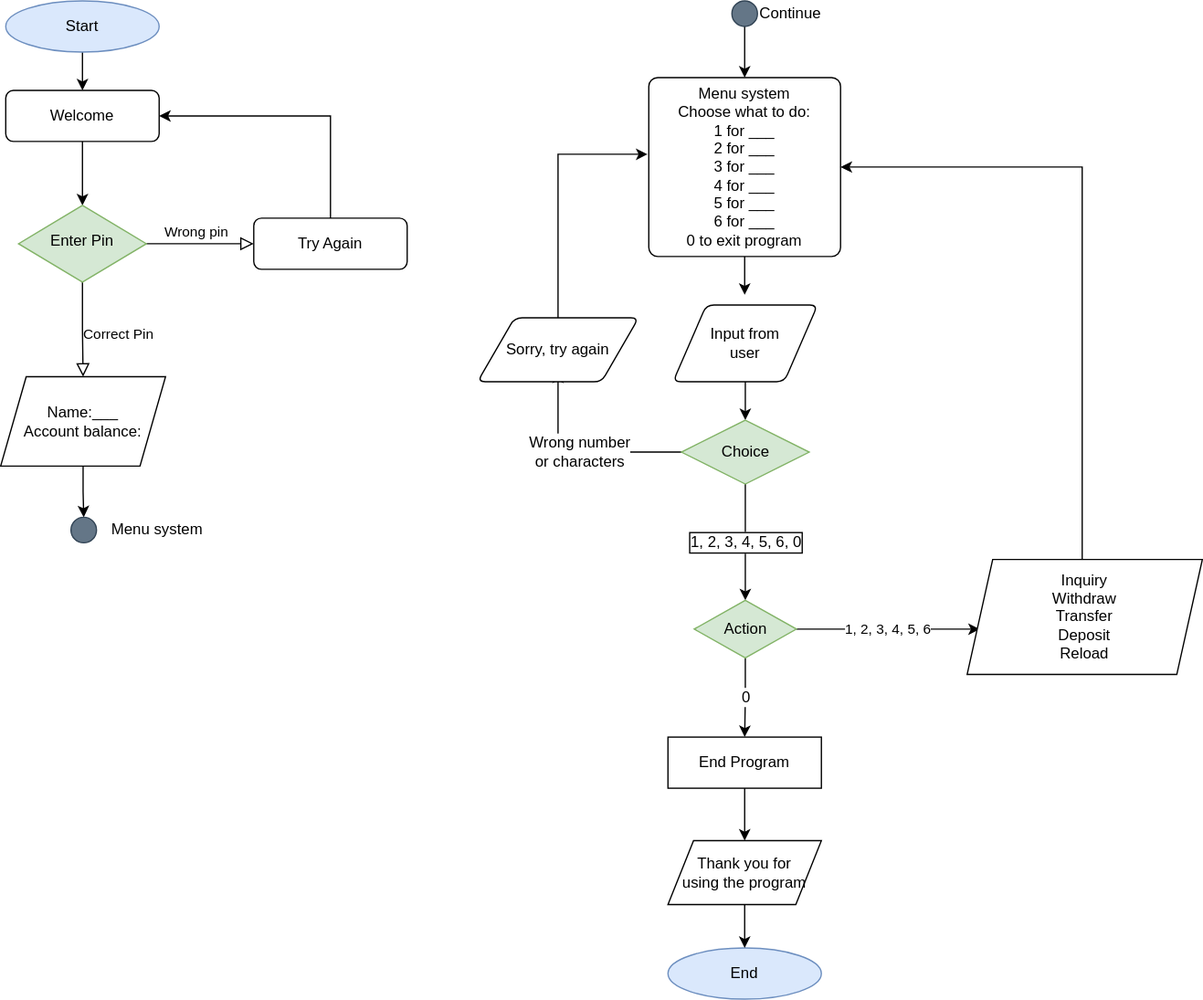
Before: flowchart diagrams/login system.svg, a diagram exported from draw.io (bropenguin847/ATM_CPP). Source tidied: cells renumbered, new cells last; positions are measured from the earlier drawing's top-left corner, leaving out a move shared by most shapes.
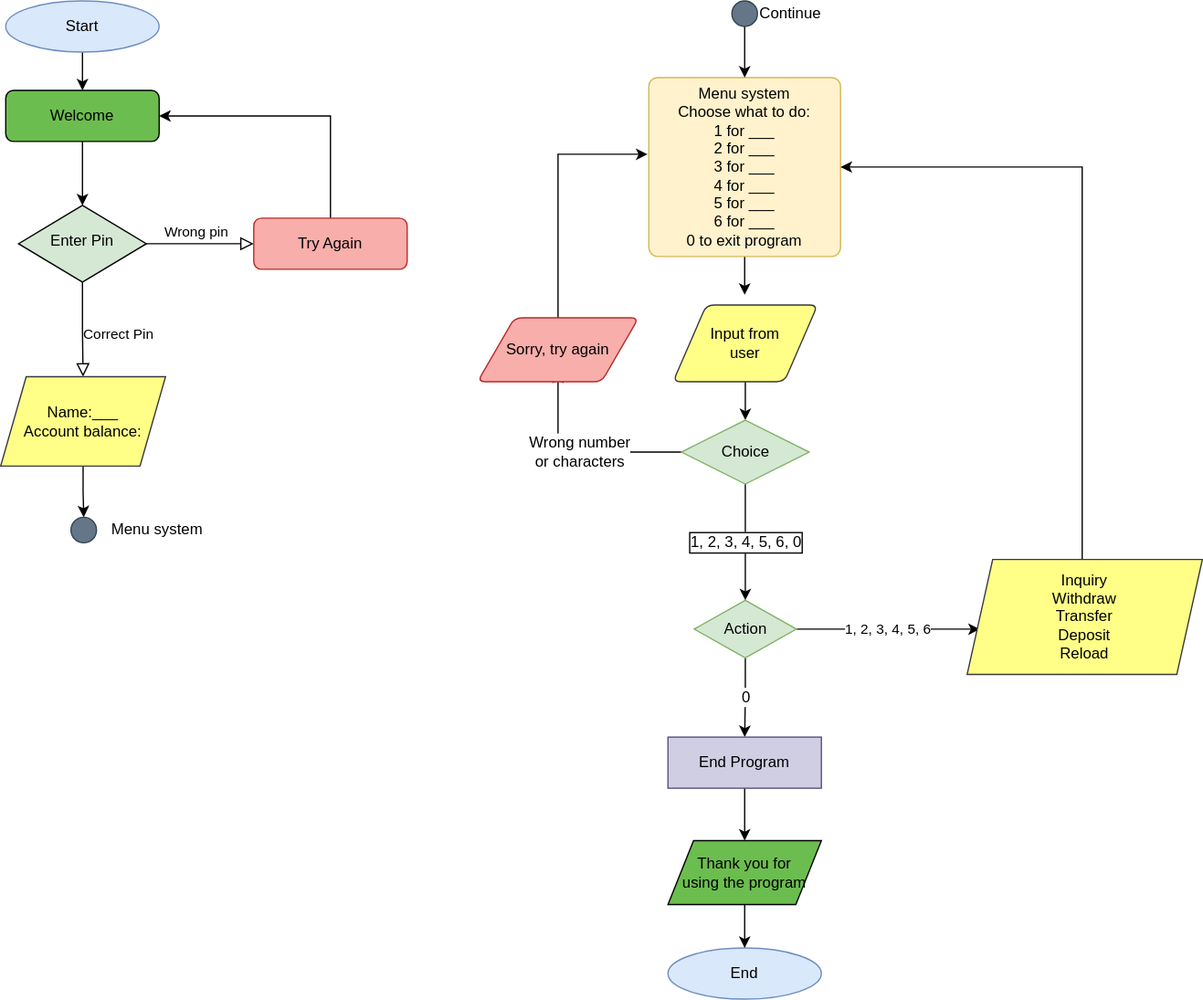
Above is the later version.

What changed in the source:
```diff
@@ -5,7 +5,7 @@
     <mxCell id="2" style="edgeStyle=orthogonalEdgeStyle;rounded=0;jettySize=auto;html=1;exitX=0.5;exitY=1;exitDx=0;exitDy=0;entryX=0.5;entryY=0;entryDx=0;entryDy=0;" parent="1" edge="1" source="3" target="6">
       <mxGeometry relative="1" as="geometry" />
     </mxCell>
-    <mxCell id="3" value="Welcome" style="rounded=1;whiteSpace=wrap;html=1;fontSize=12;glass=0;strokeWidth=1;shadow=0;" parent="1" vertex="1">
+    <mxCell id="3" value="Welcome" style="rounded=1;whiteSpace=wrap;html=1;fontSize=12;glass=0;strokeWidth=1;shadow=0;fillColor=#6CBD4F;" parent="1" vertex="1">
       <mxGeometry x="4" y="70" width="120" height="40" as="geometry" />
     </mxCell>
     <mxCell id="4" value="Correct Pin" style="rounded=0;html=1;jettySize=auto;fontSize=11;endArrow=block;endFill=0;endSize=8;strokeWidth=1;shadow=0;labelBackgroundColor=none;edgeStyle=orthogonalEdgeStyle;labelPosition=right;verticalLabelPosition=middle;align=left;verticalAlign=middle;entryX=0.5;entryY=0;entryDx=0;entryDy=0;" parent="1" edge="1" source="6" target="13">
@@ -14,7 +14,7 @@
     <mxCell id="5" value="Wrong pin" style="edgeStyle=orthogonalEdgeStyle;rounded=0;html=1;jettySize=auto;fontSize=11;endArrow=block;endFill=0;endSize=8;strokeWidth=1;shadow=0;labelBackgroundColor=none;labelPosition=center;verticalLabelPosition=top;align=center;verticalAlign=bottom;" parent="1" edge="1" source="6" target="8">
       <mxGeometry x="-0.07" relative="1" as="geometry" />
     </mxCell>
-    <mxCell id="6" value="Enter Pin" style="rhombus;whiteSpace=wrap;html=1;shadow=0;fontFamily=Helvetica;fontSize=12;align=center;strokeWidth=1;spacing=6;spacingTop=-4;fillColor=#d5e8d4;strokeColor=#82b366;" parent="1" vertex="1">
+    <mxCell id="6" value="Enter Pin" style="rhombus;whiteSpace=wrap;html=1;shadow=0;fontFamily=Helvetica;fontSize=12;align=center;strokeWidth=1;spacing=6;spacingTop=-4;fillColor=#d5e8d4;strokeColor=#000000;" parent="1" vertex="1">
       <mxGeometry x="14" y="160" width="100" height="60" as="geometry" />
     </mxCell>
     <mxCell id="7" style="edgeStyle=orthogonalEdgeStyle;rounded=0;jettySize=auto;html=1;entryX=1;entryY=0.5;entryDx=0;entryDy=0;" parent="1" edge="1" source="8" target="3">
@@ -24,7 +24,7 @@
         </Array>
       </mxGeometry>
     </mxCell>
-    <mxCell id="8" value="Try Again" style="rounded=1;whiteSpace=wrap;html=1;fontSize=12;glass=0;strokeWidth=1;shadow=0;" parent="1" vertex="1">
+    <mxCell id="8" value="Try Again" style="rounded=1;whiteSpace=wrap;html=1;fontSize=12;glass=0;strokeWidth=1;shadow=0;fillColor=#F8AEAB;strokeColor=#B82A2A;" parent="1" vertex="1">
       <mxGeometry x="198" y="170" width="120" height="40" as="geometry" />
     </mxCell>
     <mxCell id="9" style="edgeStyle=orthogonalEdgeStyle;rounded=0;jettySize=auto;html=1;entryX=0.5;entryY=0;entryDx=0;entryDy=0;" parent="1" edge="1" source="10" target="3">
@@ -39,7 +39,7 @@
     <mxCell id="12" style="edgeStyle=orthogonalEdgeStyle;rounded=0;jettySize=auto;html=1;" parent="1" edge="1" source="13" target="16">
       <mxGeometry relative="1" as="geometry" />
     </mxCell>
-    <mxCell id="13" value="Name:___&lt;br&gt;Account balance:" style="shape=parallelogram;perimeter=parallelogramPerimeter;whiteSpace=wrap;html=1;fixedSize=1;" parent="1" vertex="1">
+    <mxCell id="13" value="Name:___&lt;br&gt;Account balance:" style="shape=parallelogram;perimeter=parallelogramPerimeter;whiteSpace=wrap;html=1;fixedSize=1;fillColor=#ffff88;strokeColor=#36393d;" parent="1" vertex="1">
       <mxGeometry y="294" width="129" height="70" as="geometry" />
     </mxCell>
     <mxCell id="14" style="edgeStyle=orthogonalEdgeStyle;rounded=0;jettySize=auto;html=1;" parent="1" edge="1" source="15">
@@ -47,7 +47,7 @@
         <mxPoint x="582" y="230" as="targetPoint" />
       </mxGeometry>
     </mxCell>
-    <mxCell id="15" value="Menu system&lt;br&gt;Choose what to do:&lt;br&gt;1 for ___&lt;br&gt;2 for ___&lt;br&gt;3 for ___&lt;br&gt;4 for ___&lt;br&gt;5 for ___&lt;br&gt;6 for ___&lt;br&gt;0 to exit program" style="rounded=1;whiteSpace=wrap;html=1;absoluteArcSize=1;arcSize=14;strokeWidth=1;" parent="1" vertex="1">
+    <mxCell id="15" value="Menu system&lt;br&gt;Choose what to do:&lt;br&gt;1 for ___&lt;br&gt;2 for ___&lt;br&gt;3 for ___&lt;br&gt;4 for ___&lt;br&gt;5 for ___&lt;br&gt;6 for ___&lt;br&gt;0 to exit program" style="rounded=1;whiteSpace=wrap;html=1;absoluteArcSize=1;arcSize=14;strokeWidth=1;fillColor=#fff2cc;strokeColor=#d6b656;" parent="1" vertex="1">
       <mxGeometry x="507" y="60" width="150" height="140" as="geometry" />
     </mxCell>
     <mxCell id="16" value="&lt;div style=&quot;&quot;&gt;&lt;span style=&quot;background-color: initial;&quot;&gt;M&lt;font color=&quot;#000000&quot;&gt;Menu system&lt;/font&gt;&lt;/span&gt;&lt;/div&gt;" style="verticalLabelPosition=middle;verticalAlign=middle;html=1;shape=mxgraph.flowchart.on-page_reference;align=left;labelPosition=right;fillColor=#647687;fontColor=#ffffff;strokeColor=#314354;" parent="1" vertex="1">
@@ -62,7 +62,7 @@
     <mxCell id="19" style="edgeStyle=orthogonalEdgeStyle;rounded=0;jettySize=auto;html=1;fontFamily=Helvetica;fontSize=12;fontColor=default;" parent="1" edge="1" source="20" target="23">
       <mxGeometry relative="1" as="geometry" />
     </mxCell>
-    <mxCell id="20" value="Input from&lt;br&gt;user" style="shape=parallelogram;html=1;strokeWidth=1;perimeter=parallelogramPerimeter;whiteSpace=wrap;rounded=1;arcSize=12;size=0.23;" parent="1" vertex="1">
+    <mxCell id="20" value="Input from&lt;br&gt;user" style="shape=parallelogram;html=1;strokeWidth=1;perimeter=parallelogramPerimeter;whiteSpace=wrap;rounded=1;arcSize=12;size=0.23;fillColor=#ffff88;strokeColor=#36393d;" parent="1" vertex="1">
       <mxGeometry x="526" y="238" width="113" height="60" as="geometry" />
     </mxCell>
     <mxCell id="21" value="Wrong number&lt;br&gt;or characters" style="edgeStyle=orthogonalEdgeStyle;rounded=0;jettySize=auto;html=1;fontFamily=Helvetica;fontSize=12;fontColor=default;" parent="1" edge="1" source="23">
@@ -84,7 +84,7 @@
         </Array>
       </mxGeometry>
     </mxCell>
-    <mxCell id="25" value="Sorry, try again" style="shape=parallelogram;html=1;strokeWidth=1;perimeter=parallelogramPerimeter;whiteSpace=wrap;rounded=1;arcSize=12;size=0.23;" parent="1" vertex="1">
+    <mxCell id="25" value="Sorry, try again" style="shape=parallelogram;html=1;strokeWidth=1;perimeter=parallelogramPerimeter;whiteSpace=wrap;rounded=1;arcSize=12;size=0.23;fillColor=#F8AEAB;strokeColor=#B82A2A;" parent="1" vertex="1">
       <mxGeometry x="373" y="248" width="126" height="50" as="geometry" />
     </mxCell>
     <mxCell id="26" value="0" style="edgeStyle=orthogonalEdgeStyle;rounded=0;jettySize=auto;html=1;fontFamily=Helvetica;fontSize=12;fontColor=#000000;" parent="1" edge="1" source="28" target="30">
@@ -99,13 +99,13 @@
     <mxCell id="29" style="edgeStyle=orthogonalEdgeStyle;rounded=0;jettySize=auto;html=1;entryX=0.5;entryY=0;entryDx=0;entryDy=0;" parent="1" edge="1" source="30" target="32">
       <mxGeometry relative="1" as="geometry" />
     </mxCell>
-    <mxCell id="30" value="End Program" style="whiteSpace=wrap;html=1;strokeWidth=1;" parent="1" vertex="1">
+    <mxCell id="30" value="End Program" style="whiteSpace=wrap;html=1;strokeWidth=1;fillColor=#d0cee2;strokeColor=#56517e;" parent="1" vertex="1">
       <mxGeometry x="522" y="576" width="120" height="40" as="geometry" />
     </mxCell>
     <mxCell id="31" style="edgeStyle=orthogonalEdgeStyle;rounded=0;jettySize=auto;html=1;fontFamily=Helvetica;fontSize=12;fontColor=#000000;" parent="1" edge="1" source="32" target="11">
       <mxGeometry relative="1" as="geometry" />
     </mxCell>
-    <mxCell id="32" value="Thank you for&lt;br&gt;using the program" style="shape=parallelogram;perimeter=parallelogramPerimeter;whiteSpace=wrap;html=1;fixedSize=1;strokeWidth=1;" parent="1" vertex="1">
+    <mxCell id="32" value="Thank you for&lt;br&gt;using the program" style="shape=parallelogram;perimeter=parallelogramPerimeter;whiteSpace=wrap;html=1;fixedSize=1;strokeWidth=1;fillColor=#6CBD4F;" parent="1" vertex="1">
       <mxGeometry x="522" y="657" width="120" height="50" as="geometry" />
     </mxCell>
     <mxCell id="33" style="edgeStyle=orthogonalEdgeStyle;rounded=0;jettySize=auto;html=1;entryX=1;entryY=0.5;entryDx=0;entryDy=0;fontFamily=Helvetica;fontSize=12;fontColor=#000000;" parent="1" edge="1" source="34" target="15">
@@ -115,7 +115,7 @@
         </Array>
       </mxGeometry>
     </mxCell>
-    <mxCell id="34" value="Inquiry&lt;br&gt;Withdraw&lt;br&gt;Transfer&lt;br&gt;Deposit&lt;br&gt;Reload" style="shape=parallelogram;perimeter=parallelogramPerimeter;whiteSpace=wrap;html=1;fixedSize=1;strokeWidth=1;" parent="1" vertex="1">
+    <mxCell id="34" value="Inquiry&lt;br&gt;Withdraw&lt;br&gt;Transfer&lt;br&gt;Deposit&lt;br&gt;Reload" style="shape=parallelogram;perimeter=parallelogramPerimeter;whiteSpace=wrap;html=1;fixedSize=1;strokeWidth=1;fillColor=#ffff88;strokeColor=#36393d;" parent="1" vertex="1">
       <mxGeometry x="756" y="437" width="184" height="90" as="geometry" />
     </mxCell>
   </root>
```
